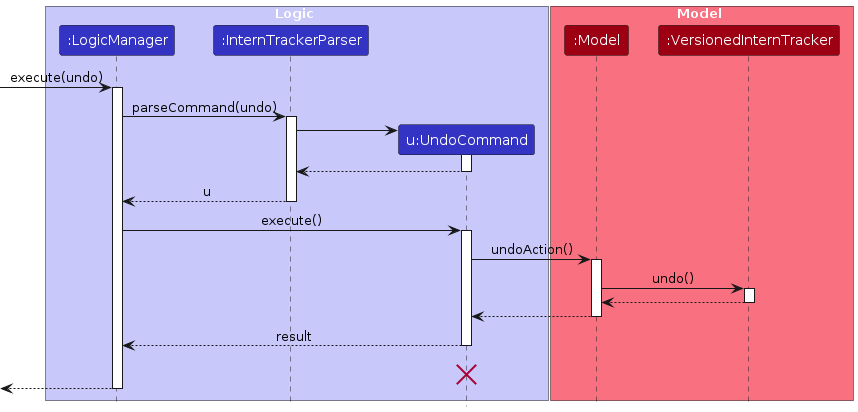
Before: diagrams/UndoSequenceDiagram.png, a diagram exported from PlantUML (AprupKale/tp). Its source is kept beside it as diagrams/UndoSequenceDiagram.puml.
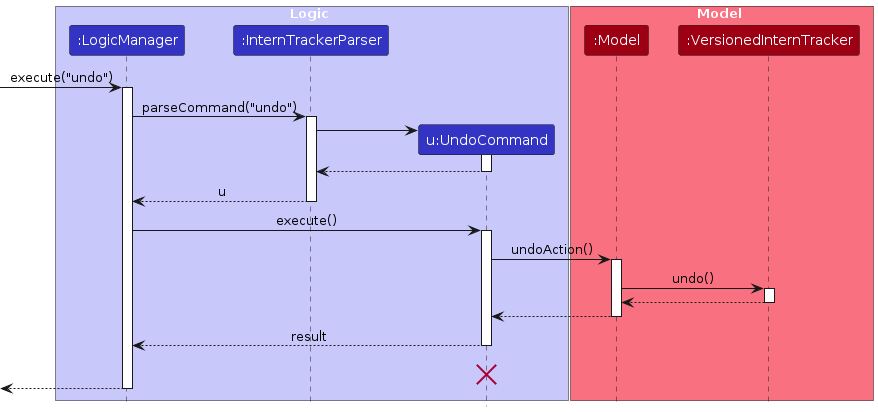
Later version of the same file.

What changed in the source:
```diff
@@ -12,10 +12,10 @@
 participant ":Model" as Model MODEL_COLOR
 participant ":VersionedInternTracker" as VersionedInternTracker MODEL_COLOR
 end box
-[-> LogicManager : execute(undo)
+[-> LogicManager : execute("undo")
 activate LogicManager
 
-LogicManager -> InternTrackerParser : parseCommand(undo)
+LogicManager -> InternTrackerParser : parseCommand("undo")
 activate InternTrackerParser
 
 create UndoCommand
```
